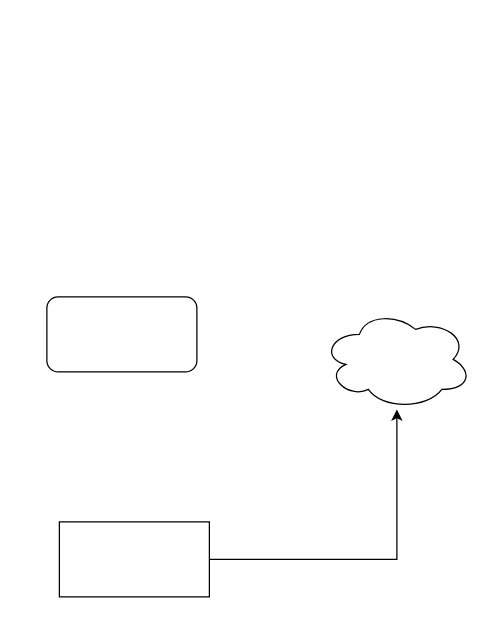
Before: Untitled Diagram.drawio in huetherdaniel/diagrams, a draw.io diagram. Source tidied: cells renumbered, new cells numbered last; positions are measured from the earlier drawing's top-left corner, leaving out a move shared by most shapes. Both pictures are drawn from the tidied source at 125%, with x=0, y=0 at pixel (46, 296).
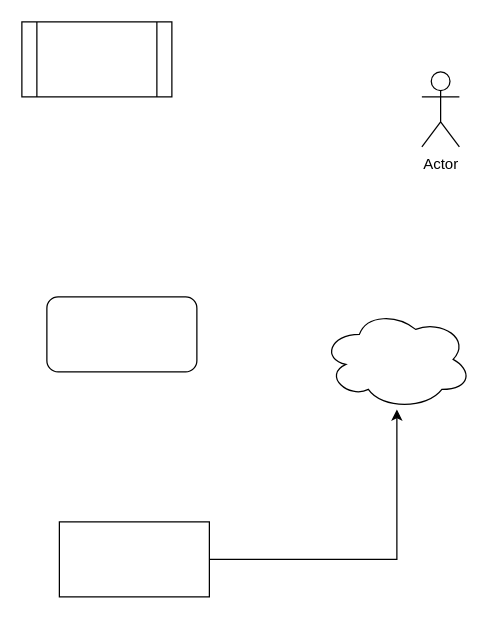
The same diagram, later.

What changed in the source:
```diff
@@
 <mxGraphModel>
   <root>
     <mxCell id="0" />
     <mxCell id="1" parent="0" />
     <mxCell id="2" style="edgeStyle=orthogonalEdgeStyle;rounded=0;jettySize=auto;html=1;" parent="1" edge="1" source="3" target="5">
       <mxGeometry relative="1" as="geometry" />
     </mxCell>
     <mxCell id="3" style="rounded=0;whiteSpace=wrap;html=1;" parent="1" vertex="1">
       <mxGeometry x="10" y="180" width="120" height="60" as="geometry" />
     </mxCell>
     <mxCell id="4" style="rounded=1;whiteSpace=wrap;html=1;" parent="1" vertex="1">
       <mxGeometry width="120" height="60" as="geometry" />
     </mxCell>
     <mxCell id="5" style="ellipse;shape=cloud;whiteSpace=wrap;html=1;rounded=0;" parent="1" vertex="1">
       <mxGeometry x="220" y="10" width="120" height="80" as="geometry" />
     </mxCell>
+    <mxCell id="6" style="shape=process;whiteSpace=wrap;html=1;backgroundOutline=1;" parent="1" vertex="1">
+      <mxGeometry x="-20" y="-220" width="120" height="60" as="geometry" />
+    </mxCell>
+    <mxCell id="7" value="Actor" style="shape=umlActor;verticalLabelPosition=bottom;verticalAlign=top;html=1;" parent="1" vertex="1">
+      <mxGeometry x="300" y="-180" width="30" height="60" as="geometry" />
+    </mxCell>
   </root>
 </mxGraphModel>
```
